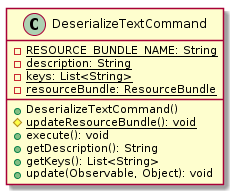
Before: malokhvii-eduard/malokhvii04/doc/plantuml/png/ua.khpi.oop.malokhvii04.shell.commands.text.DeserializeTextCommand.png, a diagram exported from PlantUML (P-Kalin/kit26a).
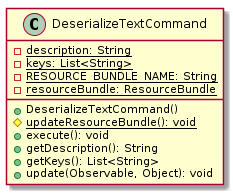
After the commit.

The edit, as a diff of the source:
```diff
@@ -1,9 +1,9 @@
 @startuml
 
     class DeserializeTextCommand {
-        {static} -RESOURCE_BUNDLE_NAME: String
         {static} -description: String
         {static} -keys: List<String>
+        {static} -RESOURCE_BUNDLE_NAME: String
         {static} -resourceBundle: ResourceBundle
         +DeserializeTextCommand()
         {static} #updateResourceBundle(): void
```
